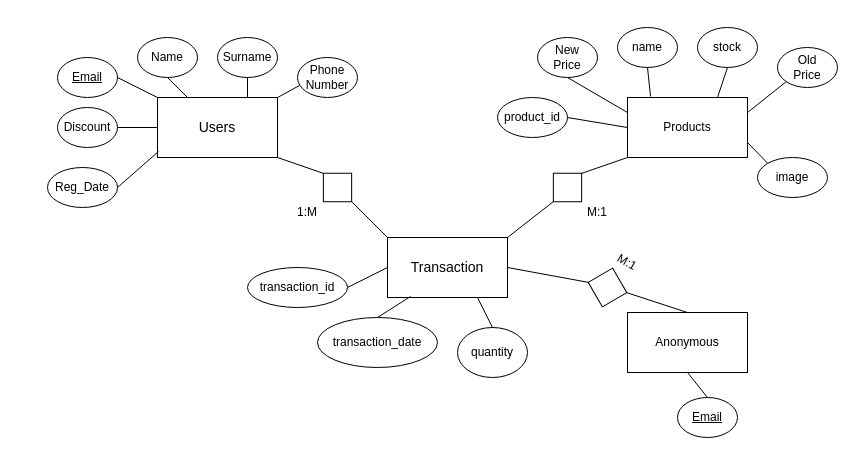
Above: ER-Diagram.drawio in stefmitkovski/WEB_APP (draw.io), before the change. Source tidied: cells renumbered, new cells numbered last; positions are measured from the earlier drawing's top-left corner, leaving out a move shared by most shapes. Both pictures are drawn from the tidied source at 100%, with x=0, y=0 at pixel (47, 27).
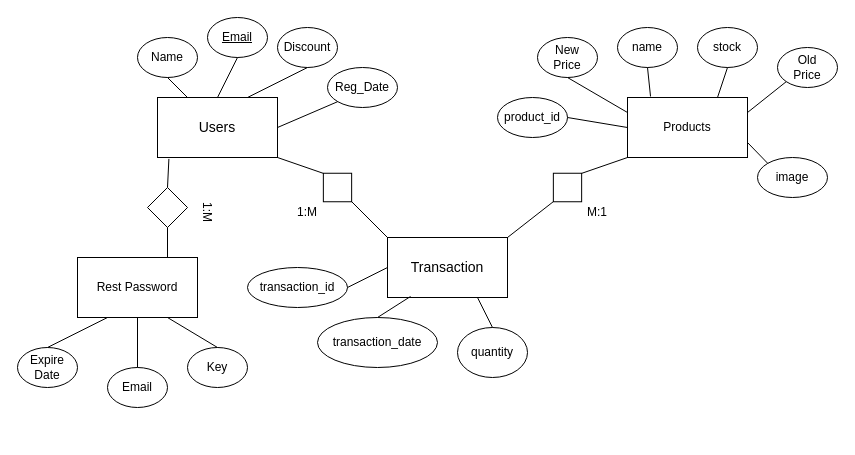
Above is the later version.

Unchanged cells that the change refers to:
```xml
<mxCell id="2" value="&lt;font style=&quot;font-size: 14px;&quot;&gt;Users&lt;/font&gt;" style="rounded=0;whiteSpace=wrap;html=1;" parent="1" vertex="1">
  <mxGeometry x="110" y="70" width="120" height="60" as="geometry" />
</mxCell>
<mxCell id="13" value="&lt;h2 style=&quot;font-size: 14px;&quot; class=&quot;qrShPb kno-ecr-pt PZPZlf q8U8x hNKfZe&quot;&gt;&lt;font style=&quot;font-size: 14px;&quot;&gt;&lt;span&gt;&lt;span style=&quot;font-weight: normal;&quot;&gt;Transaction&lt;/span&gt;&lt;/span&gt;&lt;/font&gt;&lt;/h2&gt;" style="rounded=0;whiteSpace=wrap;html=1;" parent="1" vertex="1">
  <mxGeometry x="340" y="210" width="120" height="60" as="geometry" />
</mxCell>
```

The edit, as a diff of the source:
```diff
@@
     <mxCell id="3" value="&lt;div&gt;&lt;u&gt;Email&lt;/u&gt;&lt;/div&gt;" style="ellipse;whiteSpace=wrap;html=1;" parent="1" vertex="1">
-      <mxGeometry x="10" y="30" width="60" height="40" as="geometry" />
+      <mxGeometry x="160" y="-10" width="60" height="40" as="geometry" />
     </mxCell>
@@
-    <mxCell id="5" value="Surname" style="ellipse;whiteSpace=wrap;html=1;" parent="1" vertex="1">
-      <mxGeometry x="170" y="10" width="60" height="40" as="geometry" />
-    </mxCell>
@@
     <mxCell id="7" value="Discount" style="ellipse;whiteSpace=wrap;html=1;" parent="1" vertex="1">
-      <mxGeometry x="10" y="80" width="60" height="40" as="geometry" />
+      <mxGeometry x="230" width="60" height="40" as="geometry" />
     </mxCell>
@@
     <mxCell id="23" value="Reg_Date" style="ellipse;whiteSpace=wrap;html=1;" parent="1" vertex="1">
-      <mxGeometry y="140" width="70" height="40" as="geometry" />
+      <mxGeometry x="280" y="40" width="70" height="40" as="geometry" />
     </mxCell>
-    <mxCell id="24" value="&lt;font style=&quot;font-size: 12px;&quot;&gt;Anonymous&lt;/font&gt;" style="rounded=0;whiteSpace=wrap;html=1;" parent="1" vertex="1">
-      <mxGeometry x="580" y="285" width="120" height="60" as="geometry" />
-    </mxCell>
-    <mxCell id="25" style="rhombus;whiteSpace=wrap;html=1;rotation=-165;" parent="1" vertex="1">
-      <mxGeometry x="540" y="240" width="40" height="40" as="geometry" />
-    </mxCell>
-    <mxCell id="26" style="endArrow=none;html=1;rounded=0;entryX=0;entryY=0.5;entryDx=0;entryDy=0;exitX=0.5;exitY=0;exitDx=0;exitDy=0;" parent="1" edge="1" source="24" target="25">
-      <mxGeometry relative="1" as="geometry" />
-    </mxCell>
-    <mxCell id="27" value="M:1" style="text;html=1;strokeColor=none;fillColor=none;align=center;verticalAlign=middle;whiteSpace=wrap;rounded=0;rotation=30;" parent="1" vertex="1">
-      <mxGeometry x="550" y="220" width="60" height="30" as="geometry" />
-    </mxCell>
-    <mxCell id="28" value="&lt;div&gt;&lt;u&gt;Email&lt;/u&gt;&lt;/div&gt;" style="ellipse;whiteSpace=wrap;html=1;" parent="1" vertex="1">
-      <mxGeometry x="630" y="370" width="60" height="40" as="geometry" />
-    </mxCell>
-    <mxCell id="29" value="Phone&lt;div&gt;Number&lt;br&gt;&lt;/div&gt;" style="ellipse;whiteSpace=wrap;html=1;" parent="1" vertex="1">
-      <mxGeometry x="250" y="30" width="60" height="40" as="geometry" />
-    </mxCell>
-    <mxCell id="30" style="endArrow=none;html=1;rounded=0;entryX=0.033;entryY=0.7;entryDx=0;entryDy=0;entryPerimeter=0;exitX=1;exitY=0;exitDx=0;exitDy=0;" parent="1" edge="1" source="2" target="29">
-      <mxGeometry relative="1" as="geometry" />
-    </mxCell>
-    <mxCell id="31" style="endArrow=none;html=1;rounded=0;entryX=0.5;entryY=1;entryDx=0;entryDy=0;exitX=0.75;exitY=0;exitDx=0;exitDy=0;" parent="1" edge="1" source="2" target="5">
-      <mxGeometry relative="1" as="geometry" />
-    </mxCell>
@@
-    <mxCell id="33" style="endArrow=none;html=1;rounded=0;entryX=1;entryY=0.5;entryDx=0;entryDy=0;exitX=0;exitY=0;exitDx=0;exitDy=0;" parent="1" edge="1" source="2" target="3">
+    <mxCell id="33" style="endArrow=none;html=1;rounded=0;exitX=0.5;exitY=0;exitDx=0;exitDy=0;entryX=0.5;entryY=1;entryDx=0;entryDy=0;" parent="1" edge="1" source="2" target="3">
       <mxGeometry relative="1" as="geometry" />
     </mxCell>
-    <mxCell id="34" style="endArrow=none;html=1;rounded=0;entryX=1;entryY=0.5;entryDx=0;entryDy=0;exitX=0;exitY=0.5;exitDx=0;exitDy=0;" parent="1" edge="1" source="2" target="7">
+    <mxCell id="34" style="endArrow=none;html=1;rounded=0;exitX=0.75;exitY=0;exitDx=0;exitDy=0;entryX=0.5;entryY=1;entryDx=0;entryDy=0;" parent="1" edge="1" source="2" target="7">
       <mxGeometry relative="1" as="geometry" />
     </mxCell>
-    <mxCell id="35" style="endArrow=none;html=1;rounded=0;entryX=1;entryY=0.5;entryDx=0;entryDy=0;exitX=0.008;exitY=0.9;exitDx=0;exitDy=0;exitPerimeter=0;" parent="1" edge="1" source="2" target="23">
+    <mxCell id="35" style="endArrow=none;html=1;rounded=0;exitX=1;exitY=0.5;exitDx=0;exitDy=0;entryX=0;entryY=1;entryDx=0;entryDy=0;" parent="1" edge="1" source="2" target="23">
       <mxGeometry relative="1" as="geometry" />
     </mxCell>
@@
-    <mxCell id="40" style="endArrow=none;html=1;rounded=0;entryX=0.5;entryY=0;entryDx=0;entryDy=0;exitX=0.5;exitY=1;exitDx=0;exitDy=0;" parent="1" edge="1" source="24" target="28">
-      <mxGeometry relative="1" as="geometry" />
-    </mxCell>
@@
-    <mxCell id="47" style="endArrow=none;html=1;rounded=0;entryX=1;entryY=0.5;entryDx=0;entryDy=0;exitX=1;exitY=0.5;exitDx=0;exitDy=0;" parent="1" edge="1" source="25" target="13">
-      <mxGeometry relative="1" as="geometry" />
-    </mxCell>
@@
+    <mxCell id="50" value="Rest Password" style="rounded=0;whiteSpace=wrap;html=1;" parent="1" vertex="1">
+      <mxGeometry x="30" y="230" width="120" height="60" as="geometry" />
+    </mxCell>
+    <mxCell id="28" value="&lt;div&gt;Email&lt;/div&gt;" style="ellipse;whiteSpace=wrap;html=1;" parent="1" vertex="1">
+      <mxGeometry x="60" y="340" width="60" height="40" as="geometry" />
+    </mxCell>
+    <mxCell id="51" value="&lt;div&gt;Key&lt;/div&gt;" style="ellipse;whiteSpace=wrap;html=1;" parent="1" vertex="1">
+      <mxGeometry x="140" y="320" width="60" height="40" as="geometry" />
+    </mxCell>
+    <mxCell id="52" value="&lt;div&gt;Expire&lt;/div&gt;&lt;div&gt;Date&lt;br&gt;&lt;/div&gt;" style="ellipse;whiteSpace=wrap;html=1;" parent="1" vertex="1">
+      <mxGeometry x="-30" y="320" width="60" height="40" as="geometry" />
+    </mxCell>
+    <mxCell id="53" style="endArrow=none;html=1;rounded=0;exitX=0.095;exitY=1.023;exitDx=0;exitDy=0;entryX=1;entryY=0.5;entryDx=0;entryDy=0;exitPerimeter=0;" parent="1" edge="1" source="2" target="54">
+      <mxGeometry relative="1" as="geometry" />
+    </mxCell>
+    <mxCell id="54" style="rhombus;whiteSpace=wrap;html=1;rotation=-90;" parent="1" vertex="1">
+      <mxGeometry x="100" y="160" width="40" height="40" as="geometry" />
+    </mxCell>
+    <mxCell id="55" style="endArrow=none;html=1;rounded=0;exitX=0;exitY=0.5;exitDx=0;exitDy=0;entryX=0.75;entryY=0;entryDx=0;entryDy=0;" parent="1" edge="1" source="54" target="50">
+      <mxGeometry relative="1" as="geometry" />
+    </mxCell>
+    <mxCell id="56" value="1:M" style="text;html=1;strokeColor=none;fillColor=none;align=center;verticalAlign=middle;whiteSpace=wrap;rounded=0;rotation=90;" parent="1" vertex="1">
+      <mxGeometry x="130" y="170" width="60" height="30" as="geometry" />
+    </mxCell>
+    <mxCell id="57" style="endArrow=none;html=1;rounded=0;exitX=0.5;exitY=0;exitDx=0;exitDy=0;entryX=0.25;entryY=1;entryDx=0;entryDy=0;" parent="1" edge="1" source="52" target="50">
+      <mxGeometry relative="1" as="geometry" />
+    </mxCell>
+    <mxCell id="58" style="endArrow=none;html=1;rounded=0;exitX=0.5;exitY=0;exitDx=0;exitDy=0;entryX=0.5;entryY=1;entryDx=0;entryDy=0;" parent="1" edge="1" source="28" target="50">
+      <mxGeometry relative="1" as="geometry" />
+    </mxCell>
+    <mxCell id="59" style="endArrow=none;html=1;rounded=0;exitX=0.5;exitY=0;exitDx=0;exitDy=0;entryX=0.75;entryY=1;entryDx=0;entryDy=0;" parent="1" edge="1" source="51" target="50">
+      <mxGeometry relative="1" as="geometry" />
+    </mxCell>
```
